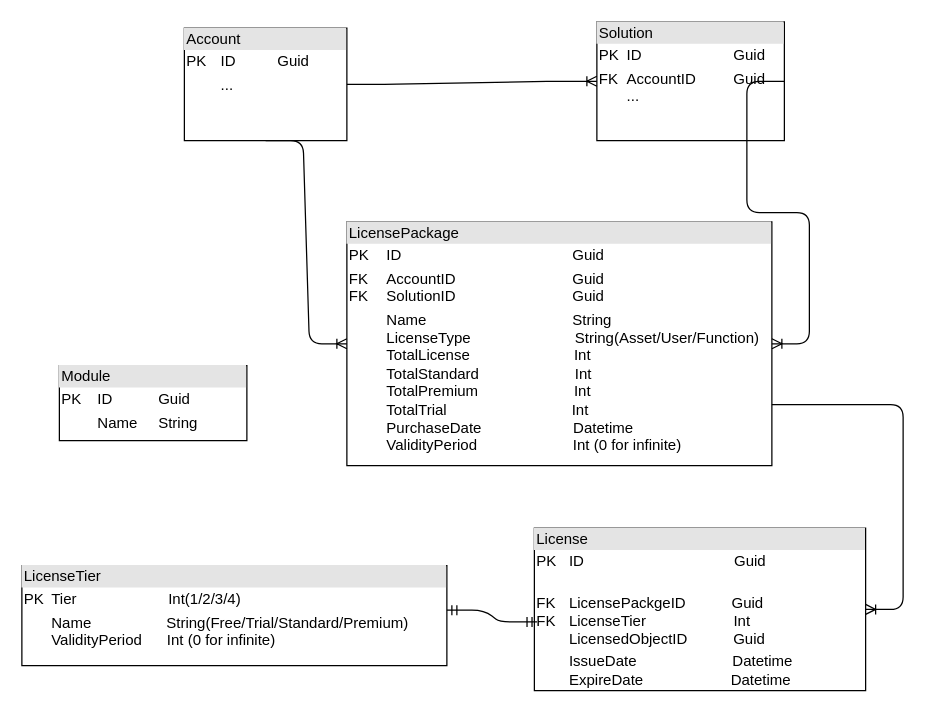
Earlier version of the draw.io diagram page "Physical Data Model" (1 of 3) of SFx License Management Tech Design.drawio (xiaowei90113/Design). Source tidied: cells renumbered, new cells numbered last; positions are measured from the earlier drawing's top-left corner, leaving out a move shared by most shapes. Both pictures are drawn from the tidied source at 125%, with x=0, y=0 at pixel (21, 21).
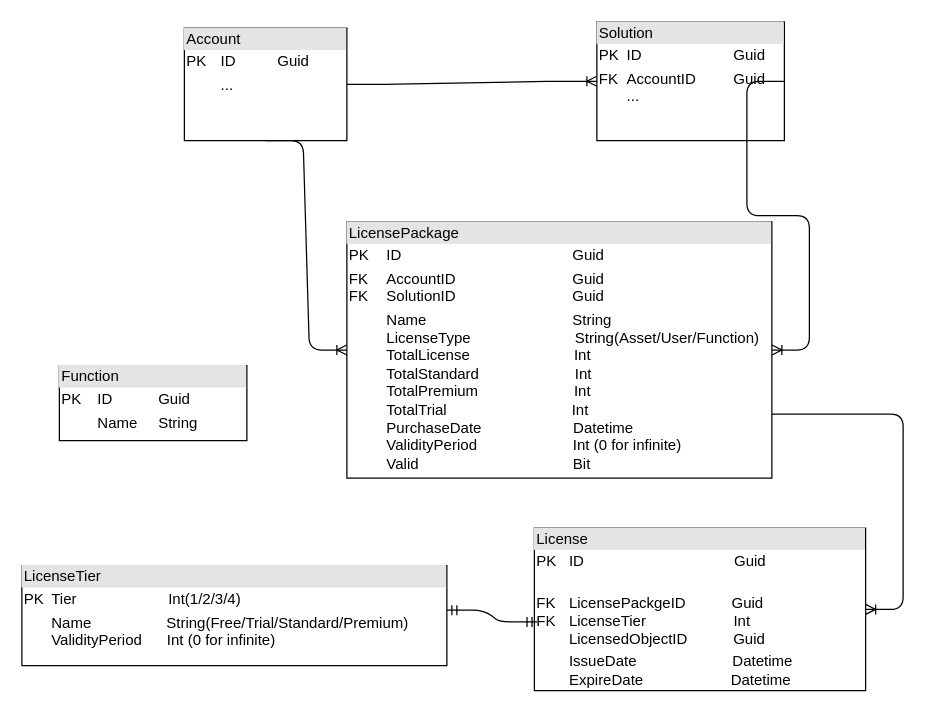
The same page after the edit.

What changed in the source:
```diff
@@
 <mxGraphModel>
   <root>
     <mxCell id="0" />
     <mxCell id="1" parent="0" />
-    <mxCell id="2" value="&lt;div style=&quot;box-sizing: border-box ; width: 100% ; background: #e4e4e4 ; padding: 2px&quot;&gt;LicensePackage&lt;br&gt;&lt;/div&gt;&lt;table style=&quot;width: 100% ; font-size: 1em&quot; cellpadding=&quot;2&quot; cellspacing=&quot;0&quot;&gt;&lt;tbody&gt;&lt;tr&gt;&lt;td&gt;PK&lt;/td&gt;&lt;td&gt;ID&amp;nbsp; &amp;nbsp; &amp;nbsp; &amp;nbsp; &amp;nbsp; &amp;nbsp; &amp;nbsp; &amp;nbsp; &amp;nbsp; &amp;nbsp; &amp;nbsp; &amp;nbsp; &amp;nbsp; &amp;nbsp; &amp;nbsp; &amp;nbsp; &amp;nbsp; &amp;nbsp; &amp;nbsp; &amp;nbsp; &amp;nbsp;Guid&lt;br&gt;&lt;/td&gt;&lt;/tr&gt;&lt;tr&gt;&lt;td&gt;FK&amp;nbsp; &amp;nbsp;&lt;br&gt;FK&lt;br&gt;&lt;/td&gt;&lt;td&gt;AccountID&amp;nbsp; &amp;nbsp; &amp;nbsp; &amp;nbsp; &amp;nbsp; &amp;nbsp; &amp;nbsp; &amp;nbsp; &amp;nbsp; &amp;nbsp; &amp;nbsp; &amp;nbsp; &amp;nbsp; &amp;nbsp; Guid&lt;br&gt;SolutionID&amp;nbsp; &amp;nbsp; &amp;nbsp; &amp;nbsp; &amp;nbsp; &amp;nbsp; &amp;nbsp; &amp;nbsp; &amp;nbsp; &amp;nbsp; &amp;nbsp; &amp;nbsp; &amp;nbsp; &amp;nbsp; Guid&lt;br&gt;&lt;/td&gt;&lt;/tr&gt;&lt;tr&gt;&lt;td&gt;&lt;/td&gt;&lt;td&gt;Name&amp;nbsp; &amp;nbsp; &amp;nbsp; &amp;nbsp; &amp;nbsp; &amp;nbsp; &amp;nbsp; &amp;nbsp; &amp;nbsp; &amp;nbsp; &amp;nbsp; &amp;nbsp; &amp;nbsp; &amp;nbsp; &amp;nbsp; &amp;nbsp; &amp;nbsp; &amp;nbsp;String&lt;br&gt;LicenseType&amp;nbsp; &amp;nbsp; &amp;nbsp; &amp;nbsp; &amp;nbsp; &amp;nbsp; &amp;nbsp; &amp;nbsp; &amp;nbsp; &amp;nbsp; &amp;nbsp; &amp;nbsp; &amp;nbsp;String(Asset/User/Function)&lt;br&gt;TotalLicense&amp;nbsp; &amp;nbsp; &amp;nbsp; &amp;nbsp; &amp;nbsp; &amp;nbsp; &amp;nbsp; &amp;nbsp; &amp;nbsp; &amp;nbsp; &amp;nbsp; &amp;nbsp; &amp;nbsp;Int&lt;br&gt;TotalStandard&amp;nbsp; &amp;nbsp; &amp;nbsp; &amp;nbsp; &amp;nbsp; &amp;nbsp; &amp;nbsp; &amp;nbsp; &amp;nbsp; &amp;nbsp; &amp;nbsp; &amp;nbsp;Int&lt;br&gt;TotalPremium&amp;nbsp; &amp;nbsp; &amp;nbsp; &amp;nbsp; &amp;nbsp; &amp;nbsp; &amp;nbsp; &amp;nbsp; &amp;nbsp; &amp;nbsp; &amp;nbsp; &amp;nbsp;Int&lt;br&gt;TotalTrial&amp;nbsp; &amp;nbsp; &amp;nbsp; &amp;nbsp; &amp;nbsp; &amp;nbsp; &amp;nbsp; &amp;nbsp; &amp;nbsp; &amp;nbsp; &amp;nbsp; &amp;nbsp; &amp;nbsp; &amp;nbsp; &amp;nbsp; Int&lt;br&gt;PurchaseDate&amp;nbsp; &amp;nbsp; &amp;nbsp; &amp;nbsp; &amp;nbsp; &amp;nbsp; &amp;nbsp; &amp;nbsp; &amp;nbsp; &amp;nbsp; &amp;nbsp; Datetime&lt;br&gt;ValidityPeriod&amp;nbsp; &amp;nbsp; &amp;nbsp; &amp;nbsp; &amp;nbsp; &amp;nbsp; &amp;nbsp; &amp;nbsp; &amp;nbsp; &amp;nbsp; &amp;nbsp; &amp;nbsp;Int (0 for infinite)&lt;br&gt;&lt;br&gt;&lt;br&gt;&lt;br&gt;&lt;br&gt;&lt;/td&gt;&lt;/tr&gt;&lt;/tbody&gt;&lt;/table&gt;" style="verticalAlign=top;align=left;overflow=fill;html=1;" parent="1" vertex="1">
-      <mxGeometry x="260" y="160" width="340" height="195" as="geometry" />
+    <mxCell id="2" value="&lt;div style=&quot;box-sizing: border-box ; width: 100% ; background: #e4e4e4 ; padding: 2px&quot;&gt;LicensePackage&lt;br&gt;&lt;/div&gt;&lt;table style=&quot;width: 100% ; font-size: 1em&quot; cellpadding=&quot;2&quot; cellspacing=&quot;0&quot;&gt;&lt;tbody&gt;&lt;tr&gt;&lt;td&gt;PK&lt;/td&gt;&lt;td&gt;ID&amp;nbsp; &amp;nbsp; &amp;nbsp; &amp;nbsp; &amp;nbsp; &amp;nbsp; &amp;nbsp; &amp;nbsp; &amp;nbsp; &amp;nbsp; &amp;nbsp; &amp;nbsp; &amp;nbsp; &amp;nbsp; &amp;nbsp; &amp;nbsp; &amp;nbsp; &amp;nbsp; &amp;nbsp; &amp;nbsp; &amp;nbsp;Guid&lt;br&gt;&lt;/td&gt;&lt;/tr&gt;&lt;tr&gt;&lt;td&gt;FK&amp;nbsp; &amp;nbsp;&lt;br&gt;FK&lt;br&gt;&lt;/td&gt;&lt;td&gt;AccountID&amp;nbsp; &amp;nbsp; &amp;nbsp; &amp;nbsp; &amp;nbsp; &amp;nbsp; &amp;nbsp; &amp;nbsp; &amp;nbsp; &amp;nbsp; &amp;nbsp; &amp;nbsp; &amp;nbsp; &amp;nbsp; Guid&lt;br&gt;SolutionID&amp;nbsp; &amp;nbsp; &amp;nbsp; &amp;nbsp; &amp;nbsp; &amp;nbsp; &amp;nbsp; &amp;nbsp; &amp;nbsp; &amp;nbsp; &amp;nbsp; &amp;nbsp; &amp;nbsp; &amp;nbsp; Guid&lt;br&gt;&lt;/td&gt;&lt;/tr&gt;&lt;tr&gt;&lt;td&gt;&lt;/td&gt;&lt;td&gt;Name&amp;nbsp; &amp;nbsp; &amp;nbsp; &amp;nbsp; &amp;nbsp; &amp;nbsp; &amp;nbsp; &amp;nbsp; &amp;nbsp; &amp;nbsp; &amp;nbsp; &amp;nbsp; &amp;nbsp; &amp;nbsp; &amp;nbsp; &amp;nbsp; &amp;nbsp; &amp;nbsp;String&lt;br&gt;LicenseType&amp;nbsp; &amp;nbsp; &amp;nbsp; &amp;nbsp; &amp;nbsp; &amp;nbsp; &amp;nbsp; &amp;nbsp; &amp;nbsp; &amp;nbsp; &amp;nbsp; &amp;nbsp; &amp;nbsp;String(Asset/User/Function)&lt;br&gt;TotalLicense&amp;nbsp; &amp;nbsp; &amp;nbsp; &amp;nbsp; &amp;nbsp; &amp;nbsp; &amp;nbsp; &amp;nbsp; &amp;nbsp; &amp;nbsp; &amp;nbsp; &amp;nbsp; &amp;nbsp;Int&lt;br&gt;TotalStandard&amp;nbsp; &amp;nbsp; &amp;nbsp; &amp;nbsp; &amp;nbsp; &amp;nbsp; &amp;nbsp; &amp;nbsp; &amp;nbsp; &amp;nbsp; &amp;nbsp; &amp;nbsp;Int&lt;br&gt;TotalPremium&amp;nbsp; &amp;nbsp; &amp;nbsp; &amp;nbsp; &amp;nbsp; &amp;nbsp; &amp;nbsp; &amp;nbsp; &amp;nbsp; &amp;nbsp; &amp;nbsp; &amp;nbsp;Int&lt;br&gt;TotalTrial&amp;nbsp; &amp;nbsp; &amp;nbsp; &amp;nbsp; &amp;nbsp; &amp;nbsp; &amp;nbsp; &amp;nbsp; &amp;nbsp; &amp;nbsp; &amp;nbsp; &amp;nbsp; &amp;nbsp; &amp;nbsp; &amp;nbsp; Int&lt;br&gt;PurchaseDate&amp;nbsp; &amp;nbsp; &amp;nbsp; &amp;nbsp; &amp;nbsp; &amp;nbsp; &amp;nbsp; &amp;nbsp; &amp;nbsp; &amp;nbsp; &amp;nbsp; Datetime&lt;br&gt;ValidityPeriod&amp;nbsp; &amp;nbsp; &amp;nbsp; &amp;nbsp; &amp;nbsp; &amp;nbsp; &amp;nbsp; &amp;nbsp; &amp;nbsp; &amp;nbsp; &amp;nbsp; &amp;nbsp;Int (0 for infinite)&lt;br&gt;Valid&amp;nbsp; &amp;nbsp; &amp;nbsp; &amp;nbsp; &amp;nbsp; &amp;nbsp; &amp;nbsp; &amp;nbsp; &amp;nbsp; &amp;nbsp; &amp;nbsp; &amp;nbsp; &amp;nbsp; &amp;nbsp; &amp;nbsp; &amp;nbsp; &amp;nbsp; &amp;nbsp; &amp;nbsp;Bit&lt;br&gt;&lt;br&gt;&lt;br&gt;&lt;br&gt;&lt;br&gt;&lt;/td&gt;&lt;/tr&gt;&lt;/tbody&gt;&lt;/table&gt;" style="verticalAlign=top;align=left;overflow=fill;html=1;" parent="1" vertex="1">
+      <mxGeometry x="260" y="160" width="340" height="205" as="geometry" />
     </mxCell>
     <mxCell id="3" value="&lt;div style=&quot;box-sizing: border-box ; width: 100% ; background: #e4e4e4 ; padding: 2px&quot;&gt;License&lt;br&gt;&lt;/div&gt;&lt;table style=&quot;width: 100% ; font-size: 1em&quot; cellpadding=&quot;2&quot; cellspacing=&quot;0&quot;&gt;&lt;tbody&gt;&lt;tr&gt;&lt;td&gt;PK&lt;/td&gt;&lt;td&gt;ID&amp;nbsp; &amp;nbsp; &amp;nbsp; &amp;nbsp; &amp;nbsp; &amp;nbsp; &amp;nbsp; &amp;nbsp; &amp;nbsp; &amp;nbsp; &amp;nbsp; &amp;nbsp; &amp;nbsp; &amp;nbsp; &amp;nbsp; &amp;nbsp; &amp;nbsp; &amp;nbsp; Guid&lt;br&gt;&lt;/td&gt;&lt;/tr&gt;&lt;tr&gt;&lt;td&gt;FK&lt;br&gt;FK&lt;/td&gt;&lt;td&gt;&lt;br&gt;LicensePackgeID&amp;nbsp; &amp;nbsp; &amp;nbsp; &amp;nbsp; &amp;nbsp; &amp;nbsp;Guid&lt;br&gt;LicenseTier&amp;nbsp; &amp;nbsp; &amp;nbsp; &amp;nbsp; &amp;nbsp; &amp;nbsp; &amp;nbsp; &amp;nbsp; &amp;nbsp; &amp;nbsp; &amp;nbsp;Int&lt;br&gt;LicensedObjectID&amp;nbsp; &amp;nbsp; &amp;nbsp; &amp;nbsp; &amp;nbsp; &amp;nbsp;Guid&lt;br&gt;&lt;/td&gt;&lt;/tr&gt;&lt;tr&gt;&lt;td&gt;&lt;br&gt;&lt;/td&gt;&lt;td&gt;IssueDate&amp;nbsp; &amp;nbsp; &amp;nbsp; &amp;nbsp; &amp;nbsp; &amp;nbsp; &amp;nbsp; &amp;nbsp; &amp;nbsp; &amp;nbsp; &amp;nbsp; &amp;nbsp;Datetime&lt;br&gt;ExpireDate&amp;nbsp; &amp;nbsp; &amp;nbsp; &amp;nbsp; &amp;nbsp; &amp;nbsp; &amp;nbsp; &amp;nbsp; &amp;nbsp; &amp;nbsp; &amp;nbsp;Datetime&lt;br&gt;&lt;br&gt;&lt;br&gt;&lt;br&gt;&lt;br&gt;&lt;/td&gt;&lt;/tr&gt;&lt;/tbody&gt;&lt;/table&gt;" style="verticalAlign=top;align=left;overflow=fill;html=1;" parent="1" vertex="1">
       <mxGeometry x="410" y="405" width="265" height="130" as="geometry" />
     </mxCell>
     <mxCell id="4" value="&lt;div style=&quot;box-sizing: border-box ; width: 100% ; background: #e4e4e4 ; padding: 2px&quot;&gt;Solution&lt;/div&gt;&lt;table style=&quot;width: 100% ; font-size: 1em&quot; cellpadding=&quot;2&quot; cellspacing=&quot;0&quot;&gt;&lt;tbody&gt;&lt;tr&gt;&lt;td&gt;PK&lt;/td&gt;&lt;td&gt;ID&amp;nbsp; &amp;nbsp; &amp;nbsp; &amp;nbsp; &amp;nbsp; &amp;nbsp; &amp;nbsp; &amp;nbsp; &amp;nbsp; &amp;nbsp; &amp;nbsp; Guid&lt;/td&gt;&lt;/tr&gt;&lt;tr&gt;&lt;td&gt;FK&lt;br&gt;&lt;br&gt;&lt;/td&gt;&lt;td&gt;AccountID&amp;nbsp; &amp;nbsp; &amp;nbsp; &amp;nbsp; &amp;nbsp;Guid&lt;br&gt;...&lt;/td&gt;&lt;/tr&gt;&lt;tr&gt;&lt;td&gt;&lt;/td&gt;&lt;td&gt;&lt;br&gt;&lt;br&gt;&lt;/td&gt;&lt;/tr&gt;&lt;/tbody&gt;&lt;/table&gt;" style="verticalAlign=top;align=left;overflow=fill;html=1;" parent="1" vertex="1">
       <mxGeometry x="460" width="150" height="95" as="geometry" />
     </mxCell>
     <mxCell id="5" value="&lt;div style=&quot;box-sizing: border-box ; width: 100% ; background: #e4e4e4 ; padding: 2px&quot;&gt;Account&lt;/div&gt;&lt;table style=&quot;width: 100% ; font-size: 1em&quot; cellpadding=&quot;2&quot; cellspacing=&quot;0&quot;&gt;&lt;tbody&gt;&lt;tr&gt;&lt;td&gt;PK&lt;/td&gt;&lt;td&gt;ID&amp;nbsp; &amp;nbsp; &amp;nbsp; &amp;nbsp; &amp;nbsp; Guid&lt;/td&gt;&lt;/tr&gt;&lt;tr&gt;&lt;td&gt;&lt;br&gt;&lt;/td&gt;&lt;td&gt;...&lt;/td&gt;&lt;/tr&gt;&lt;tr&gt;&lt;td&gt;&lt;/td&gt;&lt;td&gt;&lt;br&gt;&lt;/td&gt;&lt;/tr&gt;&lt;/tbody&gt;&lt;/table&gt;" style="verticalAlign=top;align=left;overflow=fill;html=1;" parent="1" vertex="1">
       <mxGeometry x="130" y="5" width="130" height="90" as="geometry" />
     </mxCell>
     <mxCell id="6" style="edgeStyle=entityRelationEdgeStyle;fontSize=12;html=1;endArrow=ERoneToMany;exitX=1;exitY=0.5;exitDx=0;exitDy=0;" parent="1" edge="1" source="5" target="4">
       <mxGeometry relative="1" as="geometry" />
     </mxCell>
     <mxCell id="7" style="edgeStyle=entityRelationEdgeStyle;fontSize=12;html=1;endArrow=ERoneToMany;exitX=1;exitY=0.5;exitDx=0;exitDy=0;" parent="1" edge="1" source="4" target="2">
       <mxGeometry relative="1" as="geometry" />
     </mxCell>
     <mxCell id="8" style="edgeStyle=entityRelationEdgeStyle;fontSize=12;html=1;endArrow=ERoneToMany;exitX=0.5;exitY=1;exitDx=0;exitDy=0;entryX=0;entryY=0.5;entryDx=0;entryDy=0;" parent="1" edge="1" source="5" target="2">
       <mxGeometry relative="1" as="geometry" />
     </mxCell>
     <mxCell id="9" style="edgeStyle=entityRelationEdgeStyle;fontSize=12;html=1;endArrow=ERoneToMany;exitX=1;exitY=0.75;exitDx=0;exitDy=0;" parent="1" edge="1" source="2" target="3">
       <mxGeometry relative="1" as="geometry" />
     </mxCell>
     <mxCell id="10" value="&lt;div style=&quot;box-sizing: border-box ; width: 100% ; background: #e4e4e4 ; padding: 2px&quot;&gt;LicenseTier&lt;br&gt;&lt;/div&gt;&lt;table style=&quot;width: 100% ; font-size: 1em&quot; cellpadding=&quot;2&quot; cellspacing=&quot;0&quot;&gt;&lt;tbody&gt;&lt;tr&gt;&lt;td&gt;PK&lt;/td&gt;&lt;td&gt;Tier&amp;nbsp; &amp;nbsp; &amp;nbsp; &amp;nbsp; &amp;nbsp; &amp;nbsp; &amp;nbsp; &amp;nbsp; &amp;nbsp; &amp;nbsp; &amp;nbsp; Int(1/2/3/4)&lt;br&gt;&lt;/td&gt;&lt;/tr&gt;&lt;tr&gt;&lt;td&gt;&lt;br&gt;&lt;/td&gt;&lt;td&gt;Name&amp;nbsp; &amp;nbsp; &amp;nbsp; &amp;nbsp; &amp;nbsp; &amp;nbsp; &amp;nbsp; &amp;nbsp; &amp;nbsp; String(Free/Trial/Standard/Premium)&lt;br&gt;ValidityPeriod&amp;nbsp; &amp;nbsp; &amp;nbsp; Int (0 for infinite)&lt;/td&gt;&lt;/tr&gt;&lt;tr&gt;&lt;td&gt;&lt;/td&gt;&lt;td&gt;&lt;br&gt;&lt;br&gt;&lt;br&gt;&lt;br&gt;&lt;/td&gt;&lt;/tr&gt;&lt;/tbody&gt;&lt;/table&gt;" style="verticalAlign=top;align=left;overflow=fill;html=1;" parent="1" vertex="1">
       <mxGeometry y="435" width="340" height="80" as="geometry" />
     </mxCell>
     <mxCell id="11" style="edgeStyle=entityRelationEdgeStyle;fontSize=12;html=1;endArrow=ERmandOne;startArrow=ERmandOne;entryX=0.008;entryY=0.577;entryDx=0;entryDy=0;entryPerimeter=0;exitX=1;exitY=0.446;exitDx=0;exitDy=0;exitPerimeter=0;" parent="1" edge="1" source="10" target="3">
       <mxGeometry relative="1" as="geometry" />
     </mxCell>
-    <mxCell id="12" value="&lt;div style=&quot;box-sizing: border-box ; width: 100% ; background: #e4e4e4 ; padding: 2px&quot;&gt;Module&lt;/div&gt;&lt;table style=&quot;width: 100% ; font-size: 1em&quot; cellpadding=&quot;2&quot; cellspacing=&quot;0&quot;&gt;&lt;tbody&gt;&lt;tr&gt;&lt;td&gt;PK&lt;/td&gt;&lt;td&gt;ID&amp;nbsp; &amp;nbsp; &amp;nbsp; &amp;nbsp; &amp;nbsp; &amp;nbsp;Guid&lt;br&gt;&lt;/td&gt;&lt;/tr&gt;&lt;tr&gt;&lt;td&gt;&lt;br&gt;&lt;/td&gt;&lt;td&gt;Name&amp;nbsp; &amp;nbsp; &amp;nbsp;String&lt;br&gt;&lt;br&gt;&lt;/td&gt;&lt;/tr&gt;&lt;tr&gt;&lt;td&gt;&lt;/td&gt;&lt;td&gt;&lt;br&gt;&lt;br&gt;&lt;br&gt;&lt;br&gt;&lt;/td&gt;&lt;/tr&gt;&lt;/tbody&gt;&lt;/table&gt;" style="verticalAlign=top;align=left;overflow=fill;html=1;" parent="1" vertex="1">
+    <mxCell id="12" value="&lt;div style=&quot;box-sizing: border-box ; width: 100% ; background: #e4e4e4 ; padding: 2px&quot;&gt;Function&lt;/div&gt;&lt;table style=&quot;width: 100% ; font-size: 1em&quot; cellpadding=&quot;2&quot; cellspacing=&quot;0&quot;&gt;&lt;tbody&gt;&lt;tr&gt;&lt;td&gt;PK&lt;/td&gt;&lt;td&gt;ID&amp;nbsp; &amp;nbsp; &amp;nbsp; &amp;nbsp; &amp;nbsp; &amp;nbsp;Guid&lt;br&gt;&lt;/td&gt;&lt;/tr&gt;&lt;tr&gt;&lt;td&gt;&lt;br&gt;&lt;/td&gt;&lt;td&gt;Name&amp;nbsp; &amp;nbsp; &amp;nbsp;String&lt;br&gt;&lt;br&gt;&lt;/td&gt;&lt;/tr&gt;&lt;tr&gt;&lt;td&gt;&lt;/td&gt;&lt;td&gt;&lt;br&gt;&lt;br&gt;&lt;br&gt;&lt;br&gt;&lt;/td&gt;&lt;/tr&gt;&lt;/tbody&gt;&lt;/table&gt;" style="verticalAlign=top;align=left;overflow=fill;html=1;" parent="1" vertex="1">
       <mxGeometry x="30" y="275" width="150" height="60" as="geometry" />
     </mxCell>
   </root>
 </mxGraphModel>
```
